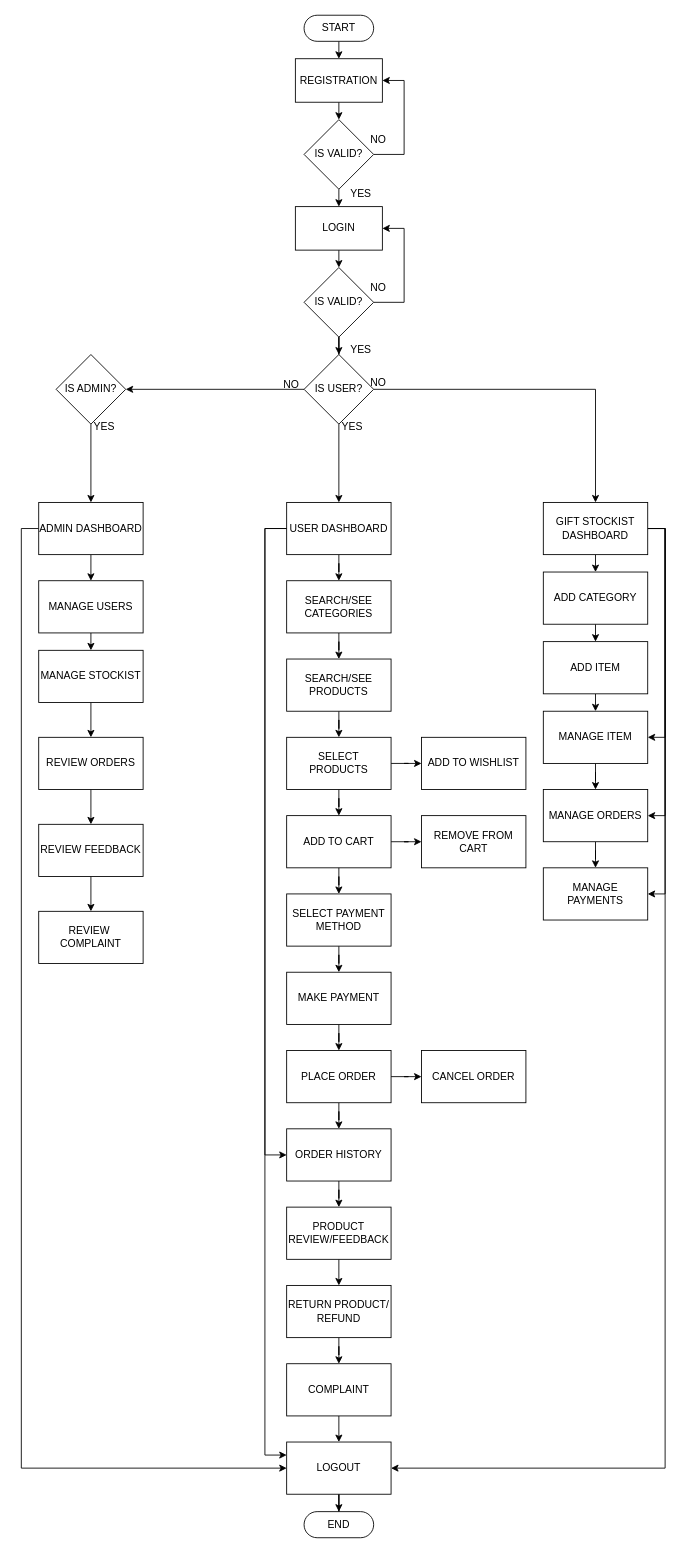
Above: page "Flow Chart" (1 of 15) of Usecase userside.drawio in panchalbhavya2210/gift_documentation (draw.io), before the change. Source tidied: cells renumbered, new cells numbered last; positions are measured from the earlier drawing's top-left corner, leaving out a move shared by most shapes. Both pictures are drawn from the tidied source at 87%, with x=0, y=0 at pixel (38, 15).
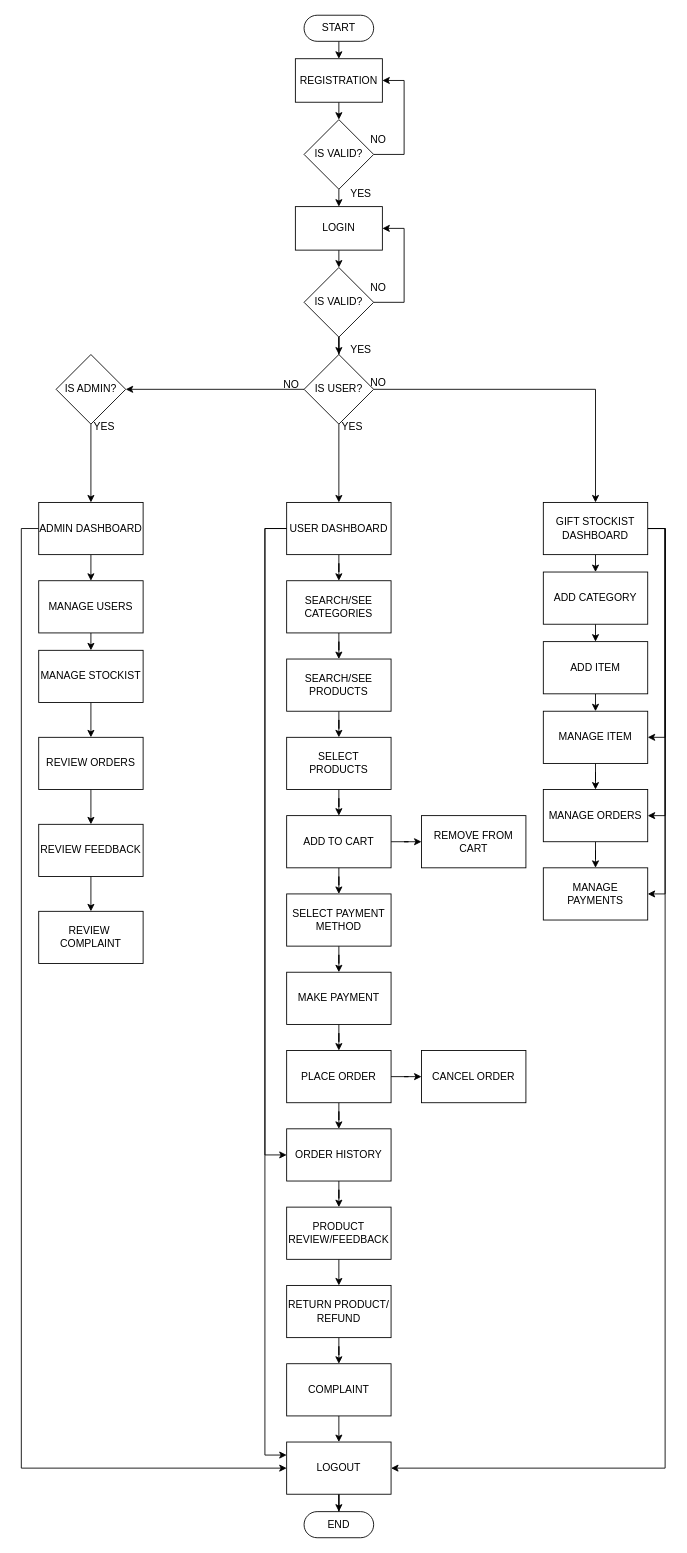
The same diagram, later.

The change refers to these unchanged cells:
```xml
<mxCell id="46" value="SELECT&lt;br&gt;PRODUCTS" style="whiteSpace=wrap;html=1;" parent="1" vertex="1">
  <mxGeometry x="285" y="830" width="120" height="60" as="geometry" />
</mxCell>
```

What changed in the source:
```diff
@@
-    <mxCell id="45" style="edgeStyle=orthogonalEdgeStyle;rounded=0;jettySize=auto;html=1;" parent="1" edge="1" source="46" target="52">
-      <mxGeometry relative="1" as="geometry" />
-    </mxCell>
@@
-    <mxCell id="52" value="ADD TO WISHLIST" style="whiteSpace=wrap;html=1;" parent="1" vertex="1">
-      <mxGeometry x="440" y="830" width="120" height="60" as="geometry" />
-    </mxCell>
```
